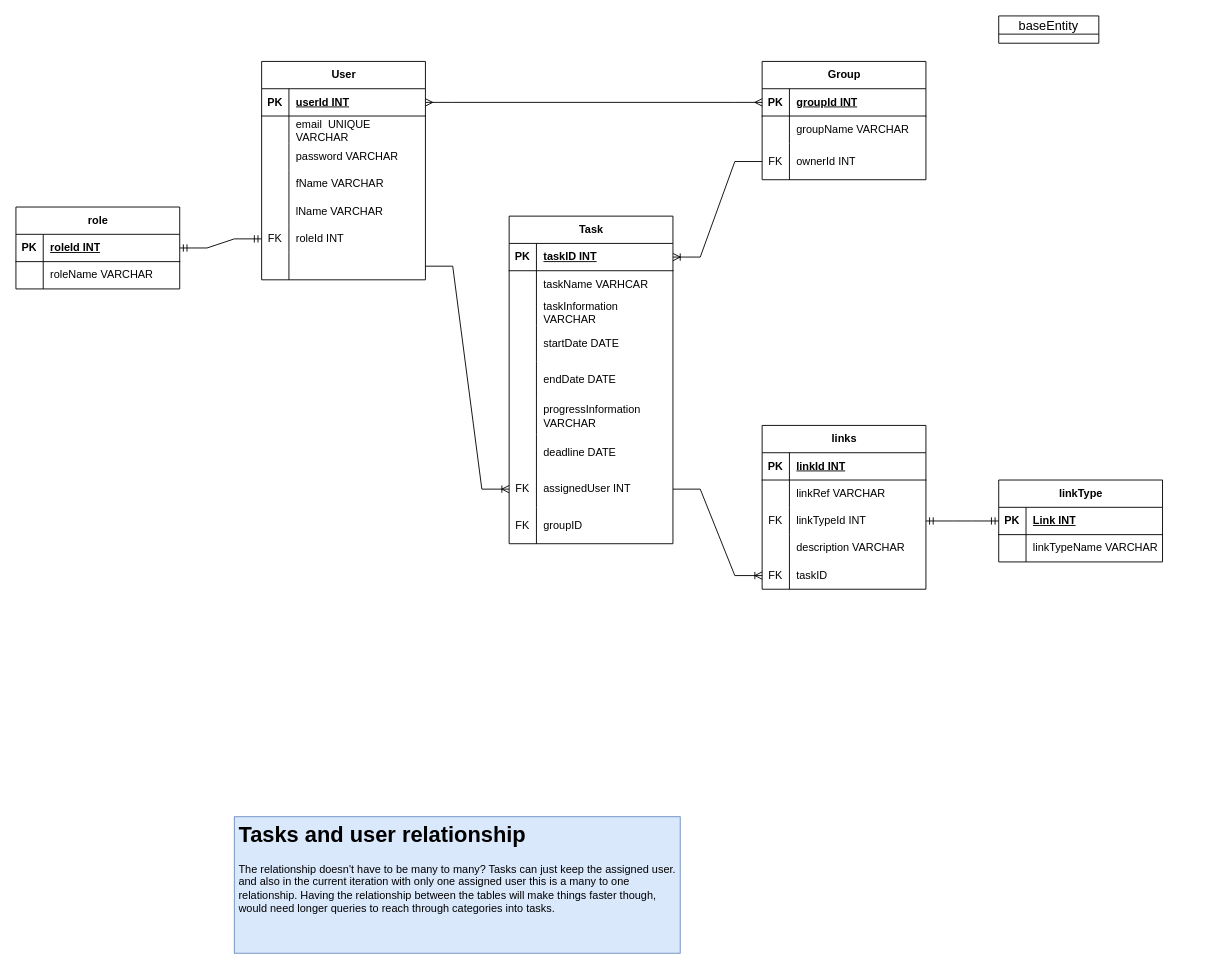
This is other/mockups/database/ERD.drawio from qutsimon/GroupTaskManager, a draw.io file, before an edit. Source tidied: cells renumbered, new cells numbered last; positions are measured from the earlier drawing's top-left corner, leaving out a move shared by most shapes. Both pictures are drawn from the tidied source at 91%, with x=0, y=0 at pixel (15, 15).
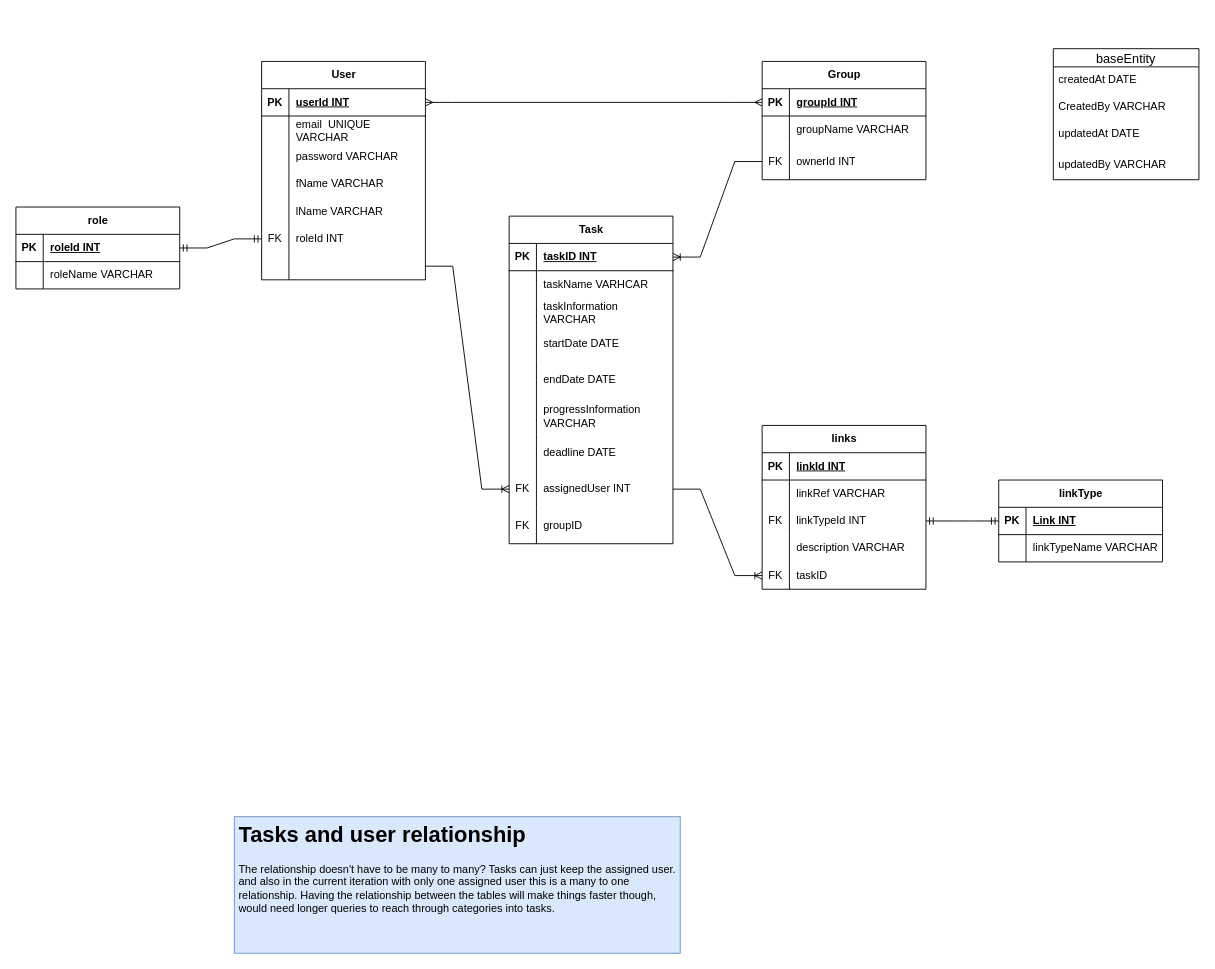
The same page after the edit.

Diff of the diagram source:
```diff
@@
-    <mxCell id="62" value="baseEntity" style="swimlane;fontStyle=0;horizontal=1;startSize=20;align=center;fontSize=14;" parent="1" vertex="1" collapsed="1">
-      <mxGeometry x="1080" width="110" height="30" as="geometry" />
+    <mxCell id="62" value="baseEntity" style="swimlane;fontStyle=0;horizontal=1;startSize=20;align=center;fontSize=14;" parent="1" vertex="1">
+      <mxGeometry x="1140" y="36" width="160" height="144" as="geometry" />
     </mxCell>
+    <mxCell id="100" value="createdAt DATE" style="text;strokeColor=none;fillColor=none;spacingLeft=4;spacingRight=4;overflow=hidden;fontSize=12;whiteSpace=wrap;html=1;" parent="62" vertex="1">
+      <mxGeometry y="20" width="160" height="30" as="geometry" />
+    </mxCell>
+    <mxCell id="101" value="CreatedBy VARCHAR" style="text;strokeColor=none;fillColor=none;spacingLeft=4;spacingRight=4;overflow=hidden;fontSize=12;whiteSpace=wrap;html=1;" parent="62" vertex="1">
+      <mxGeometry y="50" width="160" height="30" as="geometry" />
+    </mxCell>
+    <mxCell id="102" value="updatedAt DATE" style="text;strokeColor=none;fillColor=none;spacingLeft=4;spacingRight=4;overflow=hidden;fontSize=12;whiteSpace=wrap;html=1;" parent="62" vertex="1">
+      <mxGeometry y="80" width="160" height="34" as="geometry" />
+    </mxCell>
+    <mxCell id="103" value="updatedBy VARCHAR" style="text;strokeColor=none;fillColor=none;spacingLeft=4;spacingRight=4;overflow=hidden;fontSize=12;whiteSpace=wrap;html=1;" parent="62" vertex="1">
+      <mxGeometry y="114" width="160" height="30" as="geometry" />
+    </mxCell>
```
